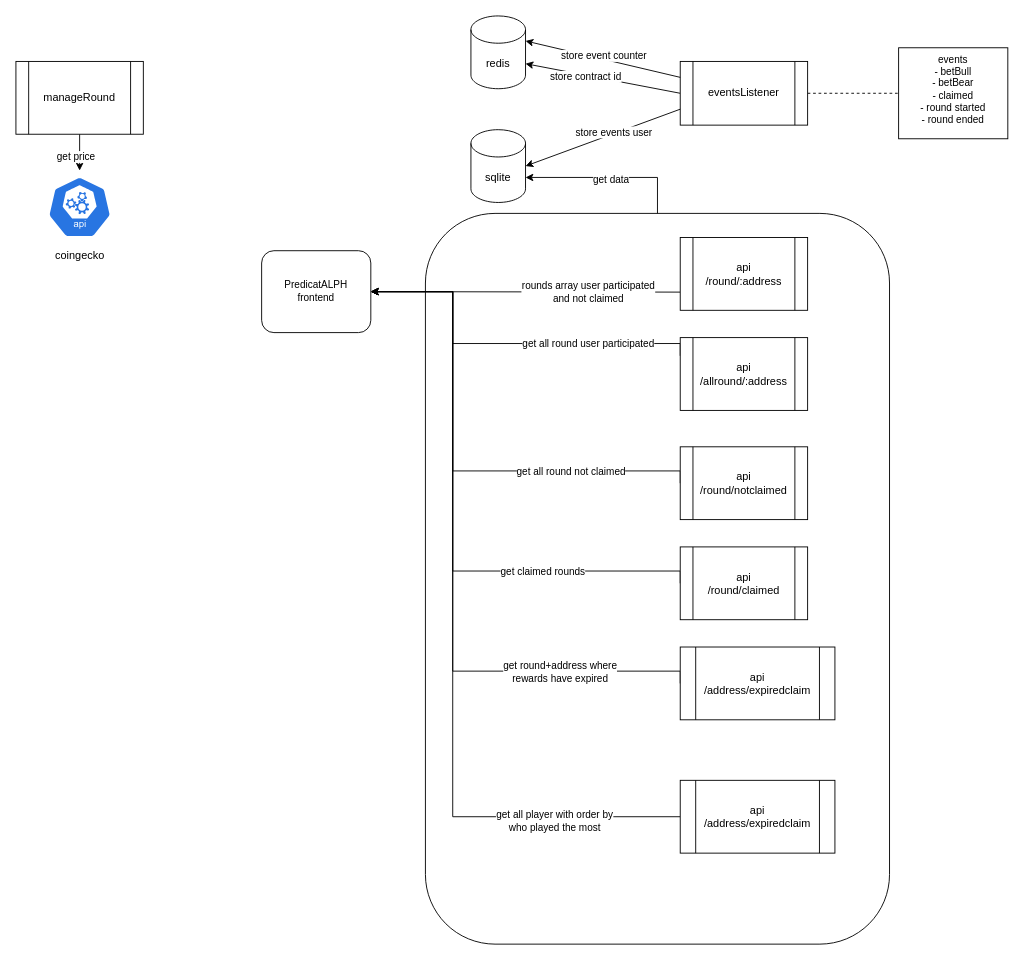
Before: page "Page-1" (1 of 6) of docs/diagram.drawio in notrustverify/predictalph-contracts, a draw.io diagram. Source tidied: cells renumbered, new cells numbered last; positions are measured from the earlier drawing's top-left corner, leaving out a move shared by most shapes. Both pictures are drawn from the tidied source at 91%, with x=0, y=0 at pixel (15, 15).
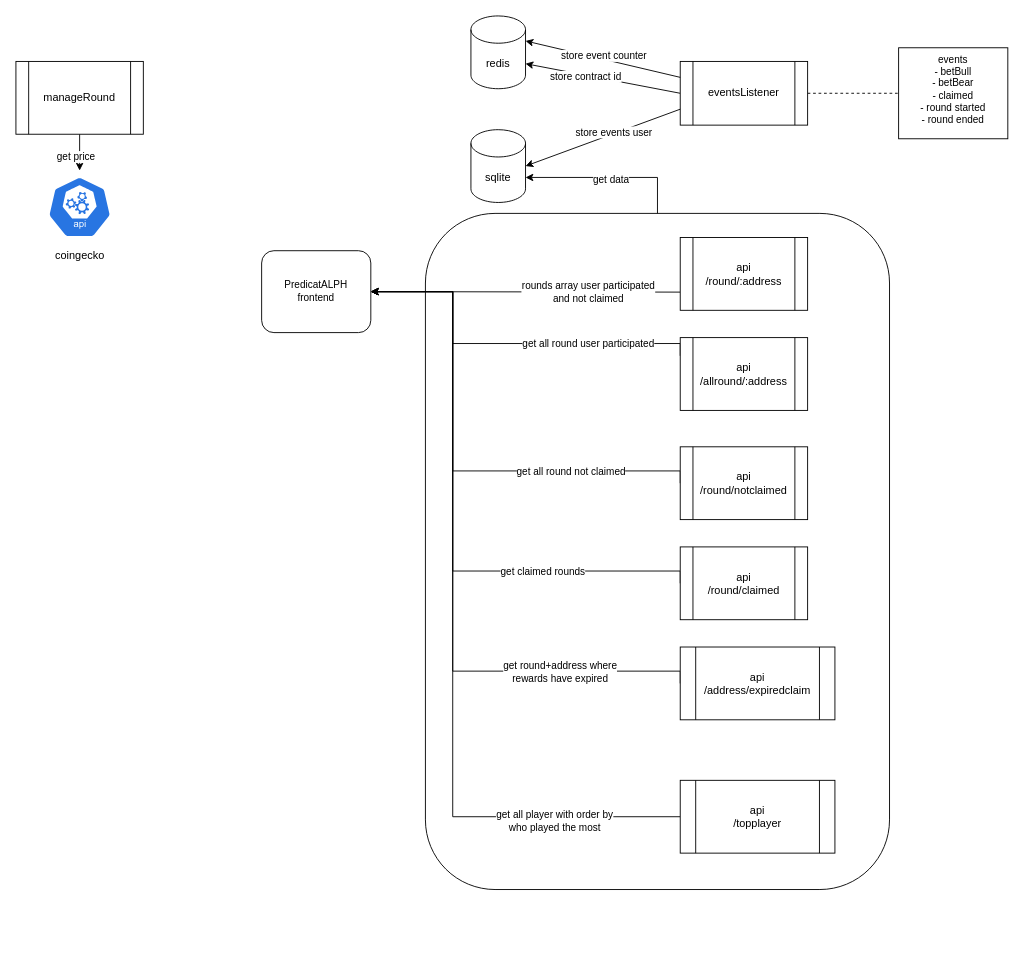
Above is the later version.

The edit, as a diff of the source:
```diff
@@
     <mxCell id="4" style="rounded=1;whiteSpace=wrap;html=1;fillColor=none;" parent="1" vertex="1">
-      <mxGeometry x="450" y="217" width="510" height="803" as="geometry" />
+      <mxGeometry x="450" y="217" width="510" height="743" as="geometry" />
     </mxCell>
@@
-    <mxCell id="38" value="api&lt;br&gt;/address/expiredclaim" style="shape=process;whiteSpace=wrap;html=1;backgroundOutline=1;" parent="1" vertex="1">
+    <mxCell id="38" value="api&lt;br&gt;/topplayer" style="shape=process;whiteSpace=wrap;html=1;backgroundOutline=1;" parent="1" vertex="1">
       <mxGeometry x="730" y="840" width="170" height="80" as="geometry" />
     </mxCell>
```
